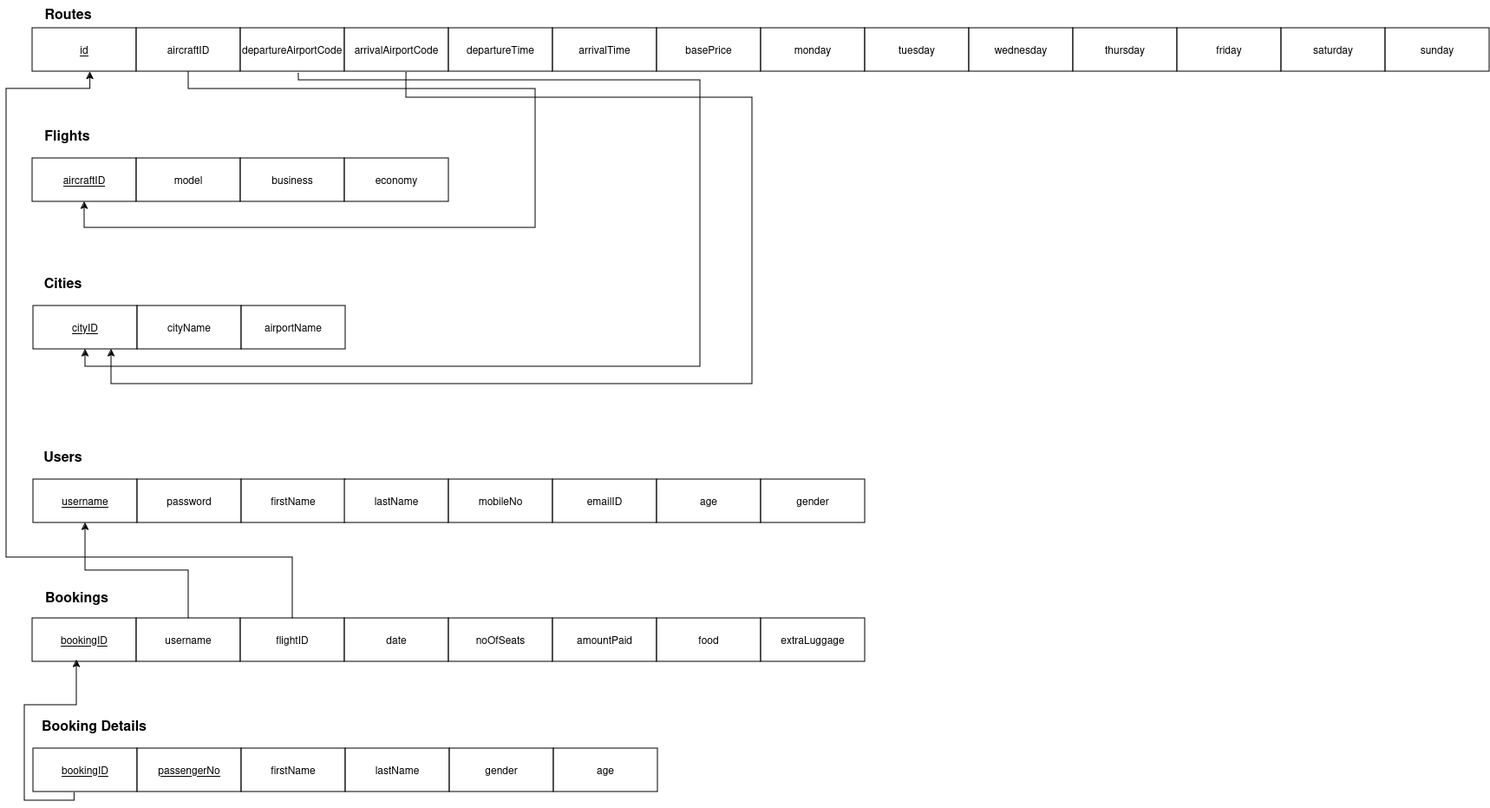
shelly-shells/airline-ticket keeps this draw.io diagram as assets/rschema.drawio.png. Above is the earlier version. Source tidied: cells renumbered, new cells last; positions are measured from the earlier drawing's top-left corner, leaving out a move shared by most shapes.
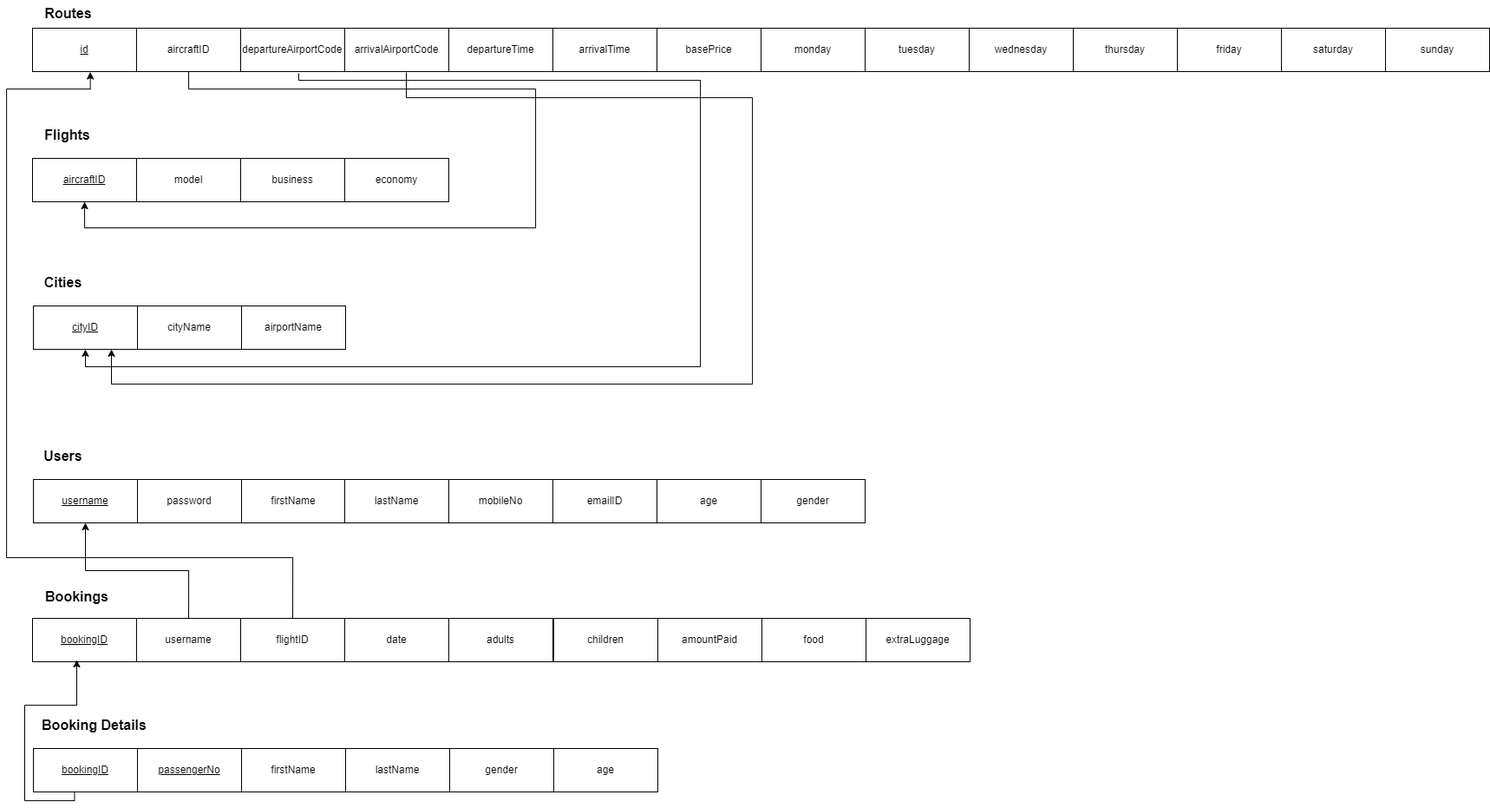
The same file after the commit.

Diff of the diagram source:
```diff
@@ -143,17 +143,17 @@
     <mxCell id="41" value="date" style="rounded=0;whiteSpace=wrap;html=1;" parent="1" vertex="1">
       <mxGeometry x="390" y="712" width="120" height="50" as="geometry" />
     </mxCell>
-    <mxCell id="42" value="noOfSeats" style="rounded=0;whiteSpace=wrap;html=1;" parent="1" vertex="1">
+    <mxCell id="42" value="adults" style="rounded=0;whiteSpace=wrap;html=1;" parent="1" vertex="1">
       <mxGeometry x="510" y="712" width="120" height="50" as="geometry" />
     </mxCell>
     <mxCell id="43" value="amountPaid" style="rounded=0;whiteSpace=wrap;html=1;" parent="1" vertex="1">
-      <mxGeometry x="630" y="712" width="120" height="50" as="geometry" />
+      <mxGeometry x="751" y="712" width="120" height="50" as="geometry" />
     </mxCell>
     <mxCell id="44" value="food" style="rounded=0;whiteSpace=wrap;html=1;" parent="1" vertex="1">
-      <mxGeometry x="750" y="712" width="120" height="50" as="geometry" />
+      <mxGeometry x="871" y="712" width="120" height="50" as="geometry" />
     </mxCell>
     <mxCell id="45" value="extraLuggage" style="rounded=0;whiteSpace=wrap;html=1;" parent="1" vertex="1">
-      <mxGeometry x="870" y="712" width="120" height="50" as="geometry" />
+      <mxGeometry x="991" y="712" width="120" height="50" as="geometry" />
     </mxCell>
     <mxCell id="46" value="&lt;b&gt;&lt;font style=&quot;font-size: 16px;&quot;&gt;Bookings&lt;/font&gt;&lt;/b&gt;" style="text;html=1;align=center;verticalAlign=middle;strokeColor=none;fillColor=none;" parent="1" vertex="1">
       <mxGeometry x="31" y="672" width="100" height="30" as="geometry" />
@@ -195,5 +195,8 @@
     <mxCell id="56" style="endArrow=classic;html=1;rounded=0;exitX=0.395;exitY=1.019;exitDx=0;exitDy=0;exitPerimeter=0;entryX=0.425;entryY=0.958;entryDx=0;entryDy=0;entryPerimeter=0;edgeStyle=orthogonalEdgeStyle;" parent="1" edge="1" source="49" target="38">
       <mxGeometry relative="1" as="geometry" />
     </mxCell>
+    <mxCell id="57" value="children" style="rounded=0;whiteSpace=wrap;html=1;" parent="1" vertex="1">
+      <mxGeometry x="631" y="712" width="120" height="50" as="geometry" />
+    </mxCell>
   </root>
 </mxGraphModel>
```
